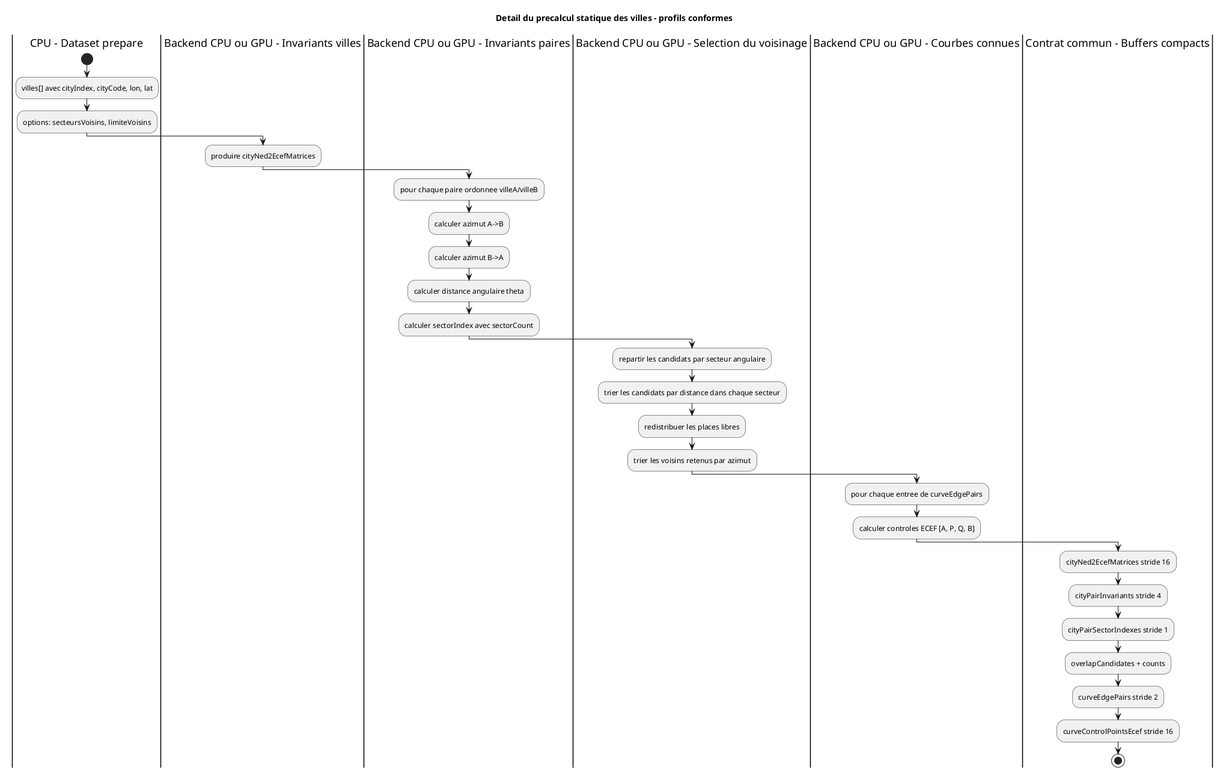
The PlantUML diagram docs/diagrams/precompute/03-static-town-precompute.png in kaktus40/shriveling_world, before a commit.
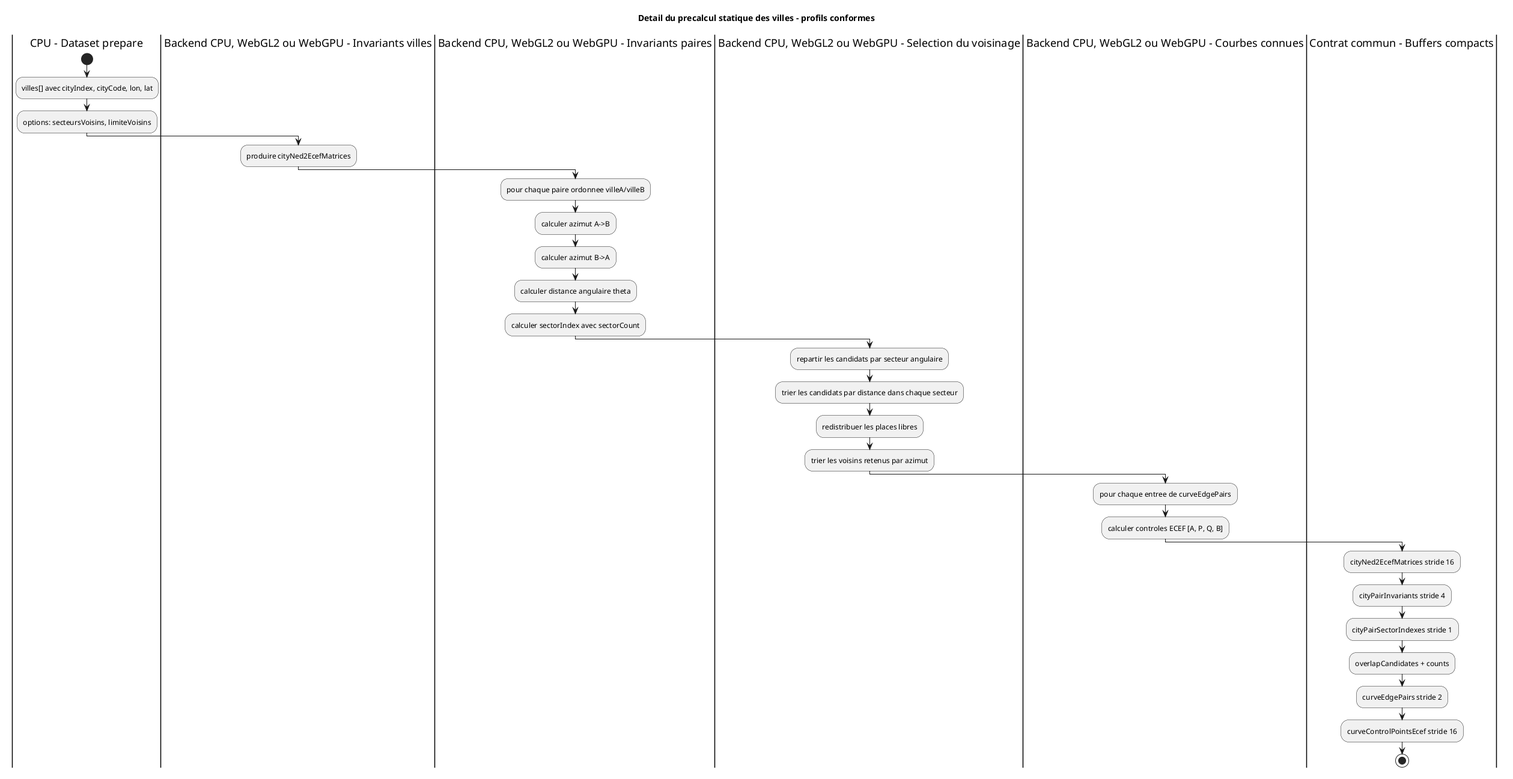
The same diagram one commit later.

Change to the diagram source:
```diff
@@ -6,23 +6,23 @@
 :villes[] avec cityIndex, cityCode, lon, lat;
 :options: secteursVoisins, limiteVoisins;
 
-|Backend CPU ou GPU - Invariants villes|
+|Backend CPU, WebGL2 ou WebGPU - Invariants villes|
 :produire cityNed2EcefMatrices;
 
-|Backend CPU ou GPU - Invariants paires|
+|Backend CPU, WebGL2 ou WebGPU - Invariants paires|
 :pour chaque paire ordonnee villeA/villeB;
 :calculer azimut A->B;
 :calculer azimut B->A;
 :calculer distance angulaire theta;
 :calculer sectorIndex avec sectorCount;
 
-|Backend CPU ou GPU - Selection du voisinage|
+|Backend CPU, WebGL2 ou WebGPU - Selection du voisinage|
 :repartir les candidats par secteur angulaire;
 :trier les candidats par distance dans chaque secteur;
 :redistribuer les places libres;
 :trier les voisins retenus par azimut;
 
-|Backend CPU ou GPU - Courbes connues|
+|Backend CPU, WebGL2 ou WebGPU - Courbes connues|
 :pour chaque entree de curveEdgePairs;
 :calculer controles ECEF [A, P, Q, B];
 
```
